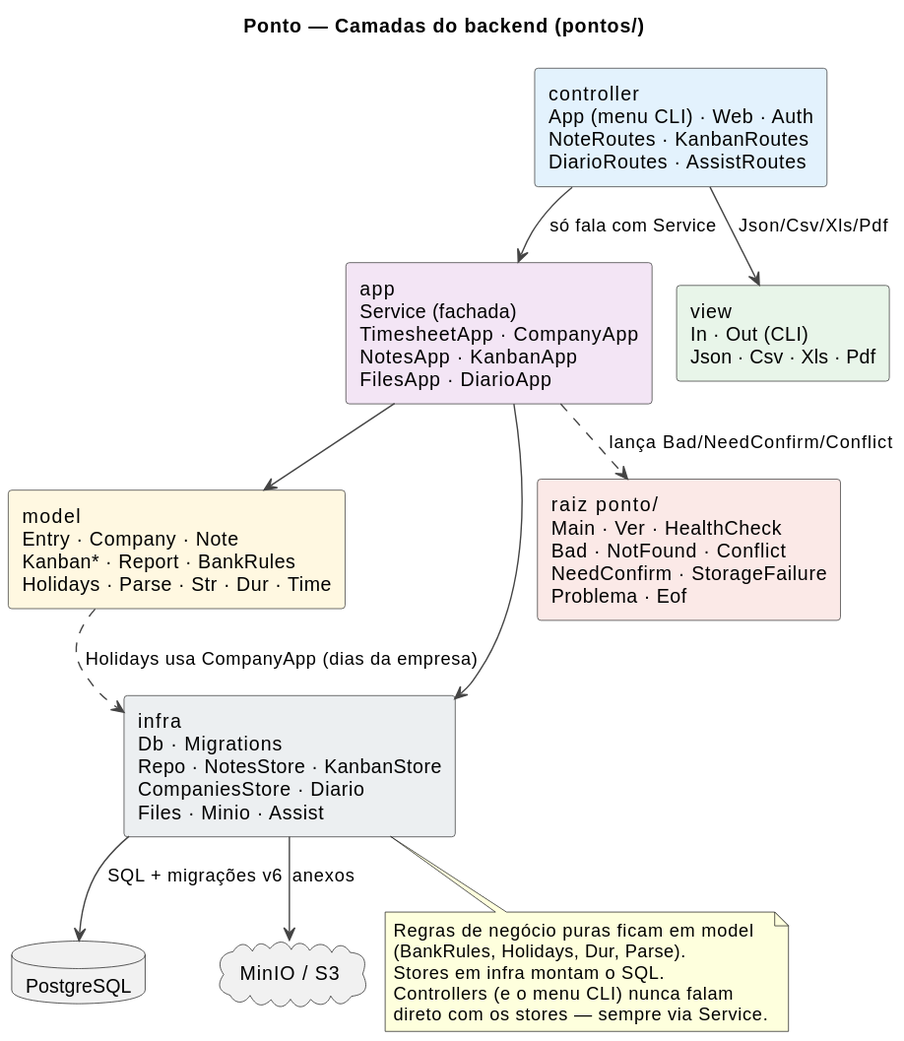
Above: docs/diagramas/img/backend-camadas.svg in thiagohmm/ponto (PlantUML), before the change.
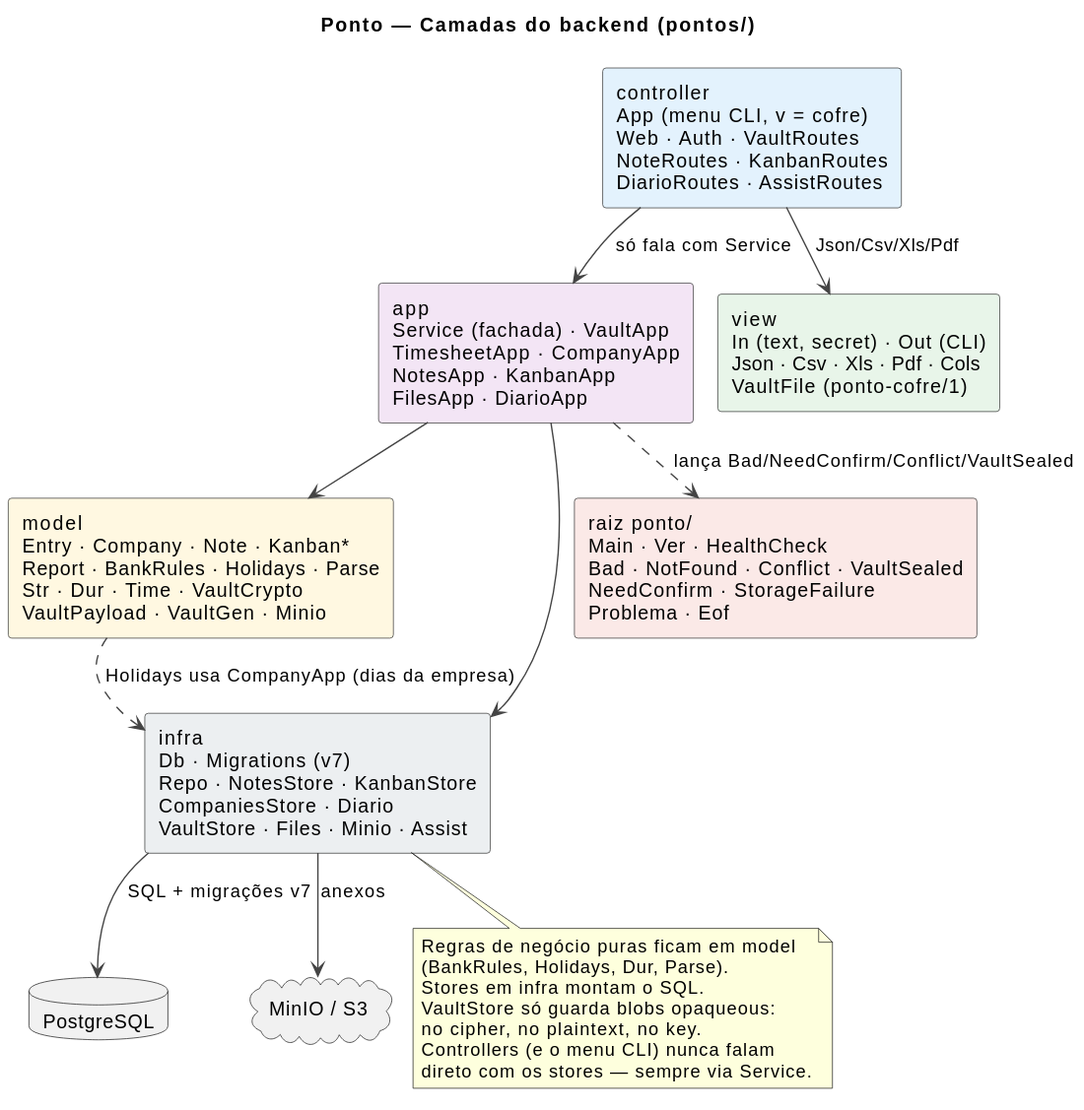
After the commit.

Change to the diagram source:
```diff
@@ -1,5 +1,4 @@
 @startuml
-!pragma layout smetana
 title Ponto — Camadas do backend (pontos/)
 
 skinparam shadowing false
@@ -9,17 +8,17 @@
 }
 skinparam arrowColor #444444
 
-rectangle "controller\nApp (menu CLI) · Web · Auth\nNoteRoutes · KanbanRoutes\nDiarioRoutes · AssistRoutes" as ctrl #E3F2FD
+rectangle "controller\nApp (menu CLI, v = cofre)\nWeb · Auth · VaultRoutes\nNoteRoutes · KanbanRoutes\nDiarioRoutes · AssistRoutes" as ctrl #E3F2FD
 
-rectangle "app\nService (fachada)\nTimesheetApp · CompanyApp\nNotesApp · KanbanApp\nFilesApp · DiarioApp" as app #F3E5F5
+rectangle "app\nService (fachada) · VaultApp\nTimesheetApp · CompanyApp\nNotesApp · KanbanApp\nFilesApp · DiarioApp" as app #F3E5F5
 
-rectangle "model\nEntry · Company · Note\nKanban* · Report · BankRules\nHolidays · Parse · Str · Dur · Time" as model #FFF8E1
+rectangle "model\nEntry · Company · Note · Kanban*\nReport · BankRules · Holidays · Parse\nStr · Dur · Time · VaultCrypto\nVaultPayload · VaultGen · Minio" as model #FFF8E1
 
-rectangle "infra\nDb · Migrations\nRepo · NotesStore · KanbanStore\nCompaniesStore · Diario\nFiles · Minio · Assist" as infra #ECEFF1
+rectangle "infra\nDb · Migrations (v7)\nRepo · NotesStore · KanbanStore\nCompaniesStore · Diario\nVaultStore · Files · Minio · Assist" as infra #ECEFF1
 
-rectangle "view\nIn · Out (CLI)\nJson · Csv · Xls · Pdf" as view #E8F5E9
+rectangle "view\nIn (text, secret) · Out (CLI)\nJson · Csv · Xls · Pdf · Cols\nVaultFile (ponto-cofre/1)" as view #E8F5E9
 
-rectangle "raiz ponto/\nMain · Ver · HealthCheck\nBad · NotFound · Conflict\nNeedConfirm · StorageFailure\nProblema · Eof" as root #FBE9E7
+rectangle "raiz ponto/\nMain · Ver · HealthCheck\nBad · NotFound · Conflict · VaultSealed\nNeedConfirm · StorageFailure\nProblema · Eof" as root #FBE9E7
 
 database "PostgreSQL" as db
 cloud "MinIO / S3" as s3
@@ -28,15 +27,17 @@
 app --> model
 app --> infra
 model ..> infra : Holidays usa CompanyApp (dias da empresa)
-infra --> db : SQL + migrações v6
+infra --> db : SQL + migrações v7
 infra --> s3 : anexos
 ctrl --> view : Json/Csv/Xls/Pdf
-app ..> root : lança Bad/NeedConfirm/Conflict
+app ..> root : lança Bad/NeedConfirm/Conflict/VaultSealed
 
 note as N1
   Regras de negócio puras ficam em model
   (BankRules, Holidays, Dur, Parse).
   Stores em infra montam o SQL.
+  VaultStore só guarda blobs opaqueous:
+  no cipher, no plaintext, no key.
   Controllers (e o menu CLI) nunca falam
   direto com os stores — sempre via Service.
 end note
```
